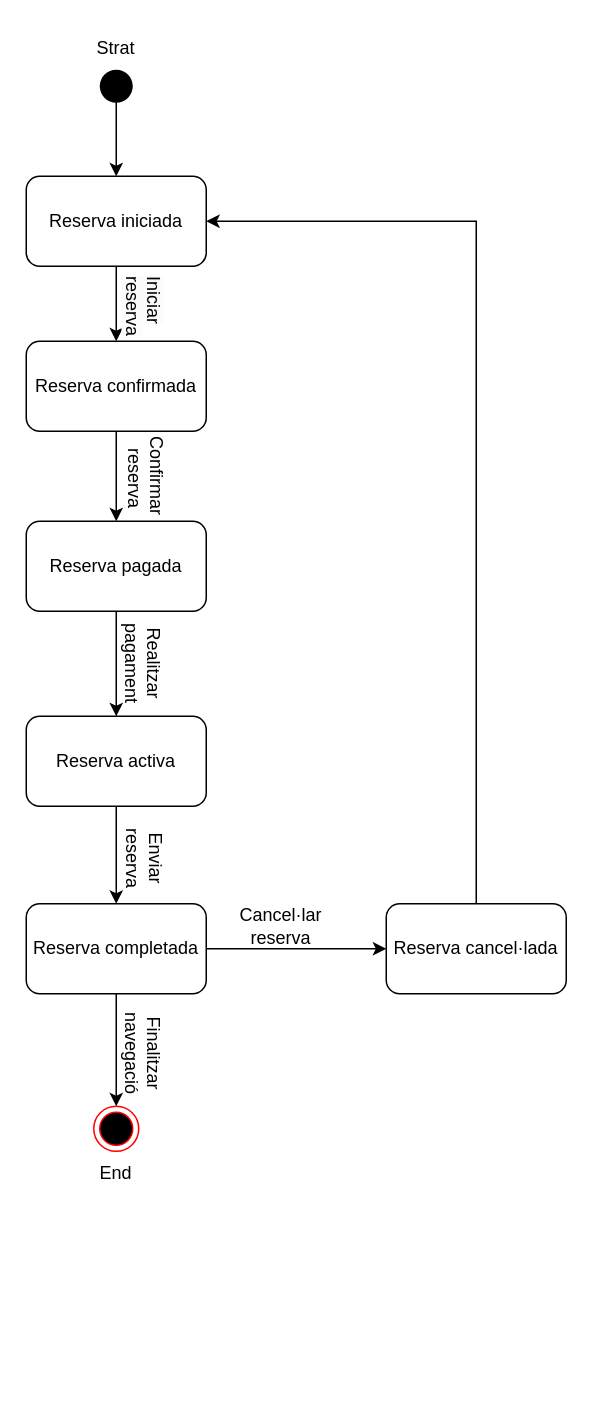
joam6/Sailing_XaJo keeps this draw.io diagram as Diagramas/Estat_XaJo.drawio. Above is the earlier version. Source tidied: cells renumbered, new cells numbered last; positions are measured from the earlier drawing's top-left corner, leaving out a move shared by most shapes. Both pictures are drawn from the tidied source at 150%, with x=0, y=0 at pixel (26, 26).
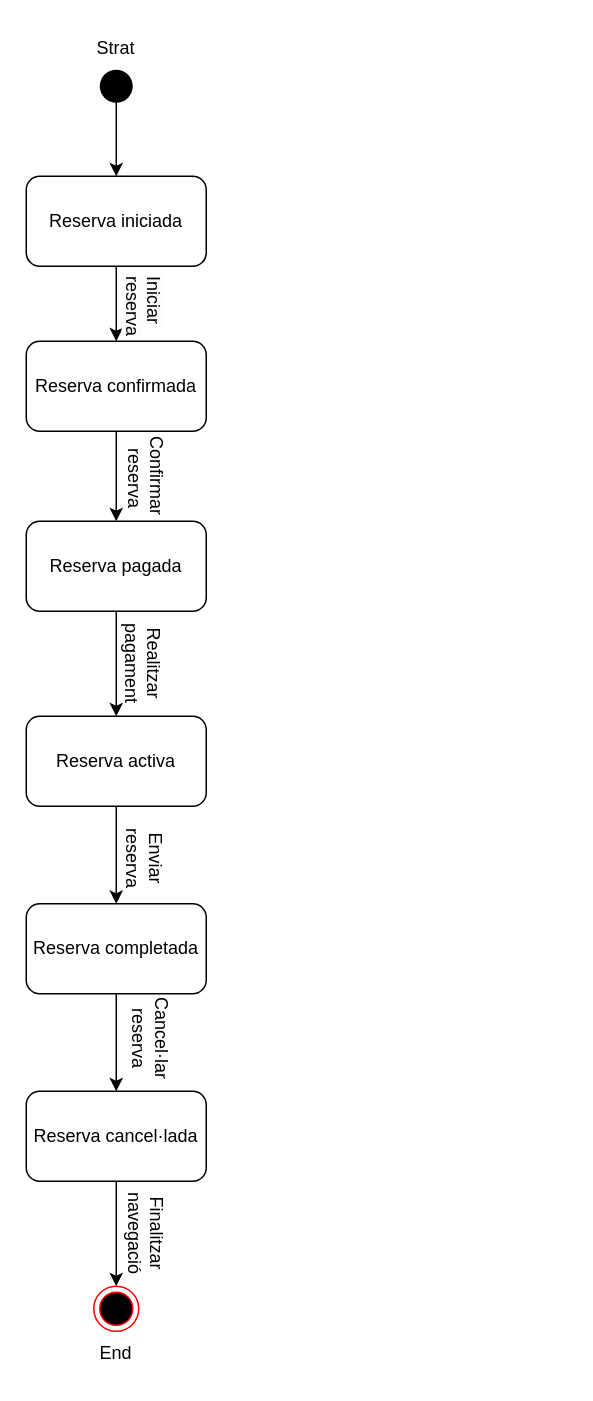
The same page after the edit.

The change refers to these unchanged cells:
```xml
<mxCell id="9" value="Reserva iniciada" style="rounded=1;whiteSpace=wrap;html=1;" parent="1" vertex="1">
  <mxGeometry y="100" width="120" height="60" as="geometry" />
</mxCell>
<mxCell id="15" value="Reserva completada" style="rounded=1;whiteSpace=wrap;html=1;" parent="1" vertex="1">
  <mxGeometry y="585" width="120" height="60" as="geometry" />
</mxCell>
```

What changed in the source:
```diff
@@
-    <mxCell id="13" style="edgeStyle=orthogonalEdgeStyle;rounded=0;jettySize=auto;html=1;exitX=1;exitY=0.5;exitDx=0;exitDy=0;entryX=0;entryY=0.5;entryDx=0;entryDy=0;" parent="1" edge="1" source="15" target="18">
+    <mxCell id="13" style="edgeStyle=orthogonalEdgeStyle;rounded=0;jettySize=auto;html=1;exitX=0.5;exitY=1;exitDx=0;exitDy=0;entryX=0.5;entryY=0;entryDx=0;entryDy=0;" parent="1" edge="1" source="15" target="18">
       <mxGeometry relative="1" as="geometry" />
     </mxCell>
-    <mxCell id="14" style="edgeStyle=orthogonalEdgeStyle;rounded=0;jettySize=auto;html=1;exitX=0.5;exitY=1;exitDx=0;exitDy=0;entryX=0.5;entryY=0;entryDx=0;entryDy=0;" parent="1" edge="1" source="15" target="20">
-      <mxGeometry relative="1" as="geometry" />
-    </mxCell>
@@
-    <mxCell id="17" style="edgeStyle=orthogonalEdgeStyle;rounded=0;jettySize=auto;html=1;exitX=0.5;exitY=0;exitDx=0;exitDy=0;entryX=1;entryY=0.5;entryDx=0;entryDy=0;" parent="1" edge="1" source="18" target="9">
-      <mxGeometry relative="1" as="geometry" />
-    </mxCell>
+    <mxCell id="26" style="edgeStyle=orthogonalEdgeStyle;rounded=0;jettySize=auto;html=1;exitX=0.5;exitY=1;exitDx=0;exitDy=0;entryX=0.5;entryY=0;entryDx=0;entryDy=0;" parent="1" edge="1" source="18" target="20">
+      <mxGeometry relative="1" as="geometry" />
+    </mxCell>
     <mxCell id="18" value="Reserva cancel·lada" style="rounded=1;whiteSpace=wrap;html=1;" parent="1" vertex="1">
-      <mxGeometry x="240" y="585" width="120" height="60" as="geometry" />
+      <mxGeometry y="710" width="120" height="60" as="geometry" />
     </mxCell>
     <mxCell id="19" value="Finalitzar navegació" style="text;html=1;align=center;verticalAlign=middle;whiteSpace=wrap;rounded=0;rotation=90;" parent="1" vertex="1">
-      <mxGeometry x="48" y="670" width="60" height="30" as="geometry" />
+      <mxGeometry x="50" y="790" width="60" height="30" as="geometry" />
     </mxCell>
     <mxCell id="20" style="ellipse;html=1;shape=endState;fillColor=#000000;strokeColor=#ff0000;" parent="1" vertex="1">
-      <mxGeometry x="45" y="720" width="30" height="30" as="geometry" />
+      <mxGeometry x="45" y="840" width="30" height="30" as="geometry" />
     </mxCell>
@@
     <mxCell id="22" value="End" style="text;html=1;align=center;verticalAlign=middle;whiteSpace=wrap;rounded=0;" parent="1" vertex="1">
-      <mxGeometry x="30" y="750" width="60" height="30" as="geometry" />
+      <mxGeometry x="30" y="870" width="60" height="30" as="geometry" />
     </mxCell>
@@
-    <mxCell id="25" value="Cancel·lar reserva" style="text;html=1;align=center;verticalAlign=middle;whiteSpace=wrap;rounded=0;" parent="1" vertex="1">
-      <mxGeometry x="140" y="585" width="60" height="30" as="geometry" />
+    <mxCell id="25" value="Cancel·lar reserva" style="text;html=1;align=center;verticalAlign=middle;whiteSpace=wrap;rounded=0;rotation=90;" parent="1" vertex="1">
+      <mxGeometry x="53" y="660" width="60" height="30" as="geometry" />
     </mxCell>
```
